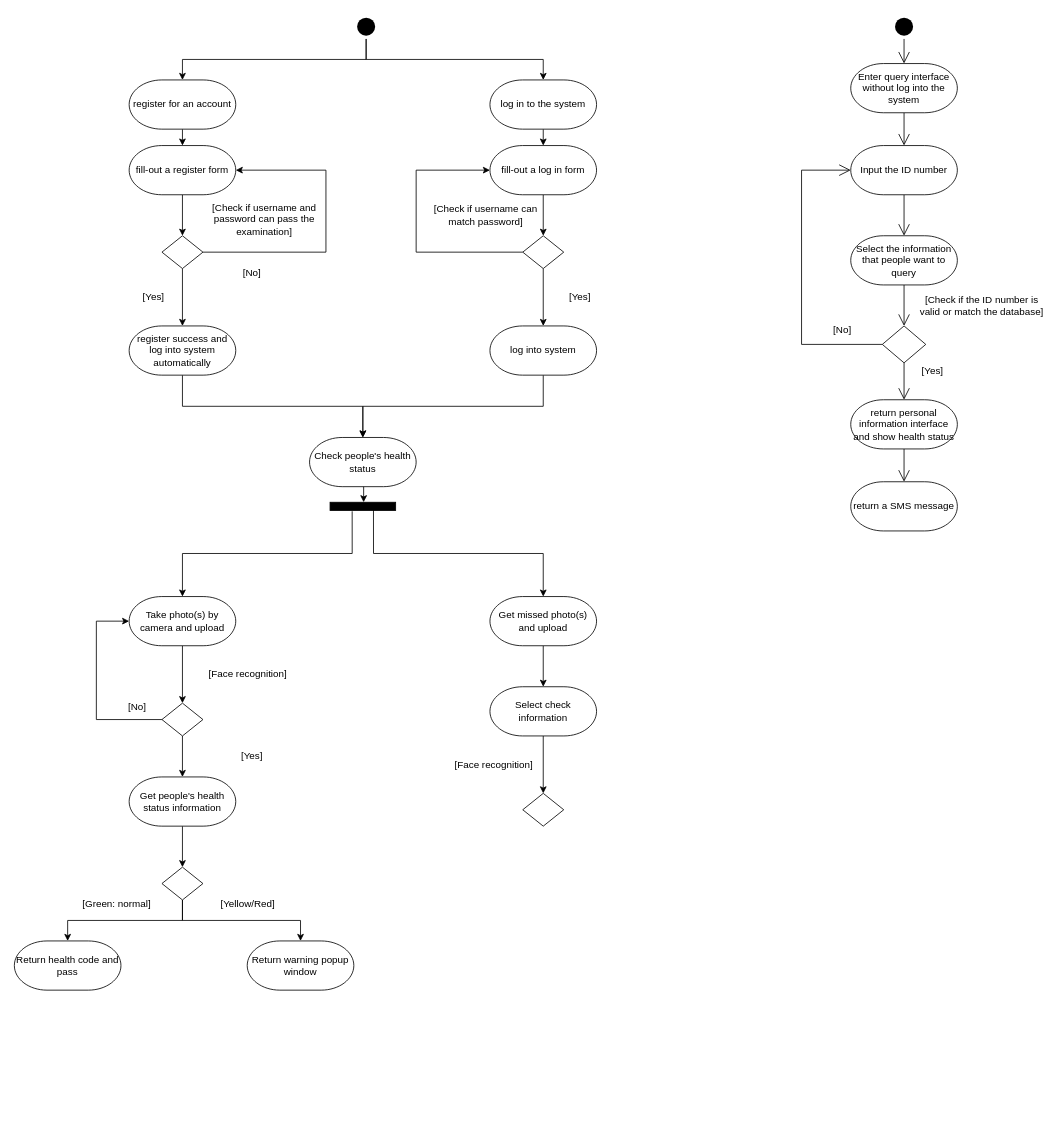
vivianyiye/vivianyiye keeps this draw.io diagram as page "activity diagram" (4 of 7) of object diagram.drawio. Above is the earlier version. Source tidied: cells renumbered, new cells numbered last; positions are measured from the earlier drawing's top-left corner, leaving out a move shared by most shapes. Both pictures are drawn from the tidied source at 82%, with x=0, y=0 at pixel (14, 14).
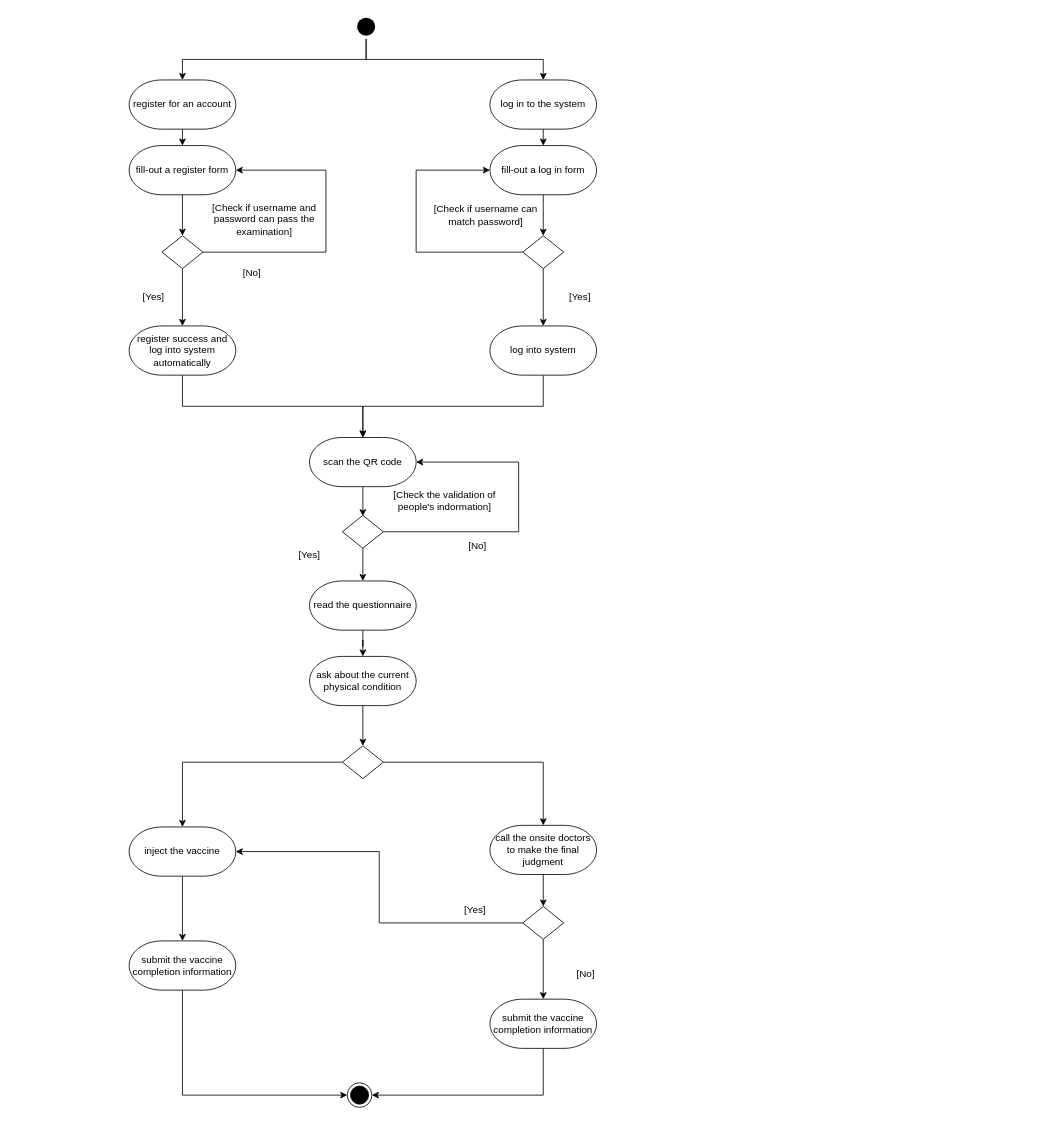
Above is the later version.

Diff of the diagram source:
```diff
@@
-    <mxCell id="5" style="edgeStyle=orthogonalEdgeStyle;rounded=0;jettySize=auto;html=1;exitX=0.5;exitY=1;exitDx=0;exitDy=0;exitPerimeter=0;entryX=0.5;entryY=0;entryDx=0;entryDy=0;entryPerimeter=0;endArrow=open;endFill=0;endSize=12;" parent="1" edge="1" source="6" target="73">
-      <mxGeometry relative="1" as="geometry" />
-    </mxCell>
-    <mxCell id="6" value="Input the ID number" style="strokeWidth=1;html=1;shape=mxgraph.flowchart.terminator;whiteSpace=wrap;rounded=1;shadow=0;glass=0;sketch=0;fillColor=default;gradientColor=none;gradientDirection=radial;align=center;" parent="1" vertex="1">
-      <mxGeometry x="1020" y="160" width="130" height="60" as="geometry" />
-    </mxCell>
-    <mxCell id="7" style="edgeStyle=orthogonalEdgeStyle;rounded=0;jettySize=auto;html=1;exitX=0;exitY=0.5;exitDx=0;exitDy=0;exitPerimeter=0;entryX=0;entryY=0.5;entryDx=0;entryDy=0;entryPerimeter=0;endSize=12;endArrow=open;endFill=0;" parent="1" edge="1" source="9" target="6">
-      <mxGeometry relative="1" as="geometry">
-        <Array as="points">
-          <mxPoint x="960" y="403" />
-          <mxPoint x="960" y="190" />
-        </Array>
-      </mxGeometry>
-    </mxCell>
-    <mxCell id="8" style="edgeStyle=orthogonalEdgeStyle;rounded=0;jettySize=auto;html=1;exitX=0.5;exitY=1;exitDx=0;exitDy=0;exitPerimeter=0;entryX=0.5;entryY=0;entryDx=0;entryDy=0;entryPerimeter=0;endArrow=open;endFill=0;endSize=12;" parent="1" edge="1" source="9" target="71">
-      <mxGeometry relative="1" as="geometry" />
-    </mxCell>
-    <mxCell id="9" style="strokeWidth=1;html=1;shape=mxgraph.flowchart.decision;whiteSpace=wrap;rounded=1;shadow=0;glass=0;sketch=0;fillColor=default;gradientColor=none;gradientDirection=radial;align=left;" parent="1" vertex="1">
-      <mxGeometry x="1058.5" y="380" width="53" height="45" as="geometry" />
-    </mxCell>
-    <mxCell id="10" value="[Check if the ID number is valid or match the database]" style="text;html=1;strokeColor=none;fillColor=none;align=center;verticalAlign=middle;whiteSpace=wrap;rounded=0;shadow=0;glass=0;sketch=0;" parent="1" vertex="1">
-      <mxGeometry x="1100" y="340" width="160" height="30" as="geometry" />
-    </mxCell>
-    <mxCell id="11" value="return a SMS message" style="strokeWidth=1;html=1;shape=mxgraph.flowchart.terminator;whiteSpace=wrap;rounded=1;shadow=0;glass=0;sketch=0;fillColor=default;gradientColor=none;gradientDirection=radial;align=center;" parent="1" vertex="1">
-      <mxGeometry x="1020" y="570" width="130" height="60" as="geometry" />
-    </mxCell>
-    <mxCell id="12" value="[Yes]" style="text;html=1;strokeColor=none;fillColor=none;align=center;verticalAlign=middle;whiteSpace=wrap;rounded=0;shadow=0;glass=0;sketch=0;" parent="1" vertex="1">
-      <mxGeometry x="1090" y="420" width="60" height="30" as="geometry" />
-    </mxCell>
@@
-    <mxCell id="28" style="edgeStyle=orthogonalEdgeStyle;rounded=0;jettySize=auto;html=1;entryX=0.5;entryY=0;entryDx=0;entryDy=0;entryPerimeter=0;exitX=1.1;exitY=0.663;exitDx=0;exitDy=0;exitPerimeter=0;" parent="1" edge="1" source="46" target="43">
+    <mxCell id="28" style="edgeStyle=orthogonalEdgeStyle;rounded=0;jettySize=auto;html=1;entryX=0.5;entryY=0;entryDx=0;entryDy=0;entryPerimeter=0;exitX=0;exitY=0.5;exitDx=0;exitDy=0;" parent="1" edge="1" source="87" target="43">
       <mxGeometry relative="1" as="geometry" />
     </mxCell>
-    <mxCell id="29" style="edgeStyle=orthogonalEdgeStyle;rounded=0;jettySize=auto;html=1;entryX=0.5;entryY=0;entryDx=0;entryDy=0;entryPerimeter=0;exitX=0.9;exitY=0.338;exitDx=0;exitDy=0;exitPerimeter=0;" parent="1" edge="1" source="46" target="53">
+    <mxCell id="29" style="edgeStyle=orthogonalEdgeStyle;rounded=0;jettySize=auto;html=1;entryX=0.5;entryY=0;entryDx=0;entryDy=0;entryPerimeter=0;exitX=1;exitY=0.5;exitDx=0;exitDy=0;" parent="1" edge="1" source="87" target="53">
       <mxGeometry relative="1" as="geometry" />
     </mxCell>
-    <mxCell id="30" style="edgeStyle=orthogonalEdgeStyle;rounded=0;jettySize=auto;html=1;exitX=0.5;exitY=1;exitDx=0;exitDy=0;exitPerimeter=0;entryX=0;entryY=0.488;entryDx=0;entryDy=0;entryPerimeter=0;" parent="1" edge="1" source="31" target="46">
-      <mxGeometry relative="1" as="geometry" />
-    </mxCell>
+    <mxCell id="74" style="edgeStyle=orthogonalEdgeStyle;rounded=0;jettySize=auto;html=1;exitX=0.5;exitY=1;exitDx=0;exitDy=0;exitPerimeter=0;" parent="1" edge="1" source="31">
+      <mxGeometry relative="1" as="geometry">
+        <mxPoint x="425" y="612" as="targetPoint" />
+        <Array as="points">
+          <mxPoint x="425" y="612" />
+          <mxPoint x="425" y="612" />
+        </Array>
+      </mxGeometry>
+    </mxCell>
-    <mxCell id="31" value="Check people's health status" style="strokeWidth=1;html=1;shape=mxgraph.flowchart.terminator;whiteSpace=wrap;rounded=1;shadow=0;glass=0;sketch=0;fillColor=default;gradientColor=none;gradientDirection=radial;align=center;" parent="1" vertex="1">
+    <mxCell id="31" value="scan the QR code" style="strokeWidth=1;html=1;shape=mxgraph.flowchart.terminator;whiteSpace=wrap;rounded=1;shadow=0;glass=0;sketch=0;fillColor=default;gradientColor=none;gradientDirection=radial;align=center;" parent="1" vertex="1">
       <mxGeometry x="360" y="516" width="130" height="60" as="geometry" />
     </mxCell>
@@
-    <mxCell id="40" value="[No]" style="text;html=1;strokeColor=none;fillColor=none;align=center;verticalAlign=middle;whiteSpace=wrap;rounded=0;" parent="1" vertex="1">
-      <mxGeometry x="980" y="370" width="60" height="30" as="geometry" />
-    </mxCell>
@@
-    <mxCell id="42" style="edgeStyle=orthogonalEdgeStyle;rounded=0;jettySize=auto;html=1;exitX=0.5;exitY=1;exitDx=0;exitDy=0;exitPerimeter=0;entryX=0.5;entryY=0;entryDx=0;entryDy=0;" parent="1" edge="1" source="43" target="49">
+    <mxCell id="42" style="edgeStyle=orthogonalEdgeStyle;rounded=0;jettySize=auto;html=1;exitX=0.5;exitY=1;exitDx=0;exitDy=0;exitPerimeter=0;entryX=0.5;entryY=0;entryDx=0;entryDy=0;entryPerimeter=0;" parent="1" edge="1" source="43" target="58">
       <mxGeometry relative="1" as="geometry" />
     </mxCell>
-    <mxCell id="43" value="Take photo(s) by camera and upload" style="strokeWidth=1;html=1;shape=mxgraph.flowchart.terminator;whiteSpace=wrap;rounded=1;shadow=0;glass=0;sketch=0;fillColor=default;gradientColor=none;gradientDirection=radial;align=center;" parent="1" vertex="1">
-      <mxGeometry x="140" y="710" width="130" height="60" as="geometry" />
+    <mxCell id="43" value="inject the vaccine" style="strokeWidth=1;html=1;shape=mxgraph.flowchart.terminator;whiteSpace=wrap;rounded=1;shadow=0;glass=0;sketch=0;fillColor=default;gradientColor=none;gradientDirection=radial;align=center;" parent="1" vertex="1">
+      <mxGeometry x="140" y="991" width="130" height="60" as="geometry" />
     </mxCell>
-    <mxCell id="44" style="edgeStyle=orthogonalEdgeStyle;rounded=0;jettySize=auto;html=1;exitX=0.5;exitY=1;exitDx=0;exitDy=0;exitPerimeter=0;entryX=0.5;entryY=0;entryDx=0;entryDy=0;" parent="1" edge="1" source="45" target="51">
-      <mxGeometry relative="1" as="geometry" />
-    </mxCell>
+    <mxCell id="75" style="edgeStyle=orthogonalEdgeStyle;rounded=0;jettySize=auto;html=1;exitX=0.5;exitY=1;exitDx=0;exitDy=0;exitPerimeter=0;entryX=1;entryY=0.5;entryDx=0;entryDy=0;" parent="1" edge="1" source="45" target="93">
+      <mxGeometry relative="1" as="geometry" />
+    </mxCell>
-    <mxCell id="45" value="Select check information" style="strokeWidth=1;html=1;shape=mxgraph.flowchart.terminator;whiteSpace=wrap;rounded=1;shadow=0;glass=0;sketch=0;fillColor=default;gradientColor=none;gradientDirection=radial;align=center;" parent="1" vertex="1">
-      <mxGeometry x="580" y="820" width="130" height="60" as="geometry" />
+    <mxCell id="45" value="submit the vaccine completion information" style="strokeWidth=1;html=1;shape=mxgraph.flowchart.terminator;whiteSpace=wrap;rounded=1;shadow=0;glass=0;sketch=0;fillColor=default;gradientColor=none;gradientDirection=radial;align=center;" parent="1" vertex="1">
+      <mxGeometry x="580" y="1201" width="130" height="60" as="geometry" />
     </mxCell>
-    <mxCell id="46" style="html=1;points=[];perimeter=orthogonalPerimeter;rotation=90;fillColor=#000000;" parent="1" vertex="1">
-      <mxGeometry x="420" y="560" width="10" height="80" as="geometry" />
-    </mxCell>
-    <mxCell id="47" style="edgeStyle=orthogonalEdgeStyle;rounded=0;jettySize=auto;html=1;exitX=0;exitY=0.5;exitDx=0;exitDy=0;entryX=0;entryY=0.5;entryDx=0;entryDy=0;entryPerimeter=0;" parent="1" edge="1" source="49" target="43">
-      <mxGeometry relative="1" as="geometry">
-        <Array as="points">
-          <mxPoint x="100" y="860" />
-          <mxPoint x="100" y="740" />
-        </Array>
-      </mxGeometry>
-    </mxCell>
-    <mxCell id="48" style="edgeStyle=orthogonalEdgeStyle;rounded=0;jettySize=auto;html=1;exitX=0.5;exitY=1;exitDx=0;exitDy=0;entryX=0.5;entryY=0;entryDx=0;entryDy=0;entryPerimeter=0;" parent="1" edge="1" source="49" target="58">
-      <mxGeometry relative="1" as="geometry" />
-    </mxCell>
-    <mxCell id="49" style="rhombus;whiteSpace=wrap;html=1;" parent="1" vertex="1">
-      <mxGeometry x="180" y="840" width="50" height="40" as="geometry" />
-    </mxCell>
-    <mxCell id="50" value="[Face recognition]" style="text;html=1;strokeColor=none;fillColor=none;align=center;verticalAlign=middle;whiteSpace=wrap;rounded=0;" parent="1" vertex="1">
-      <mxGeometry x="210" y="790" width="150" height="30" as="geometry" />
-    </mxCell>
-    <mxCell id="51" style="rhombus;whiteSpace=wrap;html=1;" parent="1" vertex="1">
-      <mxGeometry x="620" y="950" width="50" height="40" as="geometry" />
-    </mxCell>
-    <mxCell id="52" style="edgeStyle=orthogonalEdgeStyle;rounded=0;jettySize=auto;html=1;exitX=0.5;exitY=1;exitDx=0;exitDy=0;exitPerimeter=0;entryX=0.5;entryY=0;entryDx=0;entryDy=0;entryPerimeter=0;" parent="1" edge="1" source="53" target="45">
-      <mxGeometry relative="1" as="geometry" />
-    </mxCell>
+    <mxCell id="76" style="edgeStyle=orthogonalEdgeStyle;rounded=0;jettySize=auto;html=1;exitX=0.5;exitY=1;exitDx=0;exitDy=0;exitPerimeter=0;entryX=0.5;entryY=0;entryDx=0;entryDy=0;" parent="1" edge="1" source="53" target="90">
+      <mxGeometry relative="1" as="geometry" />
+    </mxCell>
-    <mxCell id="53" value="Get missed photo(s) and upload" style="strokeWidth=1;html=1;shape=mxgraph.flowchart.terminator;whiteSpace=wrap;rounded=1;shadow=0;glass=0;sketch=0;fillColor=default;gradientColor=none;gradientDirection=radial;align=center;" parent="1" vertex="1">
-      <mxGeometry x="580" y="710" width="130" height="60" as="geometry" />
+    <mxCell id="53" value="call the onsite doctors to make the final judgment" style="strokeWidth=1;html=1;shape=mxgraph.flowchart.terminator;whiteSpace=wrap;rounded=1;shadow=0;glass=0;sketch=0;fillColor=default;gradientColor=none;gradientDirection=radial;align=center;" parent="1" vertex="1">
+      <mxGeometry x="580" y="989" width="130" height="60" as="geometry" />
     </mxCell>
-    <mxCell id="54" value="[No]" style="text;html=1;strokeColor=none;fillColor=none;align=center;verticalAlign=middle;whiteSpace=wrap;rounded=0;" parent="1" vertex="1">
-      <mxGeometry x="120" y="830" width="60" height="30" as="geometry" />
-    </mxCell>
-    <mxCell id="55" value="[Yes]" style="text;html=1;strokeColor=none;fillColor=none;align=center;verticalAlign=middle;whiteSpace=wrap;rounded=0;" parent="1" vertex="1">
-      <mxGeometry x="260" y="890" width="60" height="30" as="geometry" />
-    </mxCell>
-    <mxCell id="56" value="[Face recognition]" style="text;html=1;strokeColor=none;fillColor=none;align=center;verticalAlign=middle;whiteSpace=wrap;rounded=0;" parent="1" vertex="1">
-      <mxGeometry x="510" y="900" width="150" height="30" as="geometry" />
-    </mxCell>
-    <mxCell id="57" style="edgeStyle=orthogonalEdgeStyle;rounded=0;jettySize=auto;html=1;exitX=0.5;exitY=1;exitDx=0;exitDy=0;exitPerimeter=0;entryX=0.5;entryY=0;entryDx=0;entryDy=0;" parent="1" edge="1" source="58" target="61">
+    <mxCell id="57" style="edgeStyle=orthogonalEdgeStyle;rounded=0;jettySize=auto;html=1;exitX=0.5;exitY=1;exitDx=0;exitDy=0;exitPerimeter=0;entryX=0;entryY=0.5;entryDx=0;entryDy=0;" parent="1" edge="1" source="58" target="93">
       <mxGeometry relative="1" as="geometry" />
     </mxCell>
-    <mxCell id="58" value="Get people's health status information" style="strokeWidth=1;html=1;shape=mxgraph.flowchart.terminator;whiteSpace=wrap;rounded=1;shadow=0;glass=0;sketch=0;fillColor=default;gradientColor=none;gradientDirection=radial;align=center;" parent="1" vertex="1">
-      <mxGeometry x="140" y="930" width="130" height="60" as="geometry" />
+    <mxCell id="58" value="submit the vaccine completion information" style="strokeWidth=1;html=1;shape=mxgraph.flowchart.terminator;whiteSpace=wrap;rounded=1;shadow=0;glass=0;sketch=0;fillColor=default;gradientColor=none;gradientDirection=radial;align=center;" parent="1" vertex="1">
+      <mxGeometry x="140" y="1130" width="130" height="60" as="geometry" />
     </mxCell>
-    <mxCell id="59" style="edgeStyle=orthogonalEdgeStyle;rounded=0;jettySize=auto;html=1;exitX=0.5;exitY=1;exitDx=0;exitDy=0;entryX=0.5;entryY=0;entryDx=0;entryDy=0;entryPerimeter=0;" parent="1" edge="1" source="61" target="62">
-      <mxGeometry relative="1" as="geometry" />
-    </mxCell>
-    <mxCell id="60" style="edgeStyle=orthogonalEdgeStyle;rounded=0;jettySize=auto;html=1;exitX=0.5;exitY=1;exitDx=0;exitDy=0;entryX=0.5;entryY=0;entryDx=0;entryDy=0;entryPerimeter=0;" parent="1" edge="1" source="61" target="63">
-      <mxGeometry relative="1" as="geometry" />
-    </mxCell>
-    <mxCell id="61" style="rhombus;whiteSpace=wrap;html=1;" parent="1" vertex="1">
-      <mxGeometry x="180" y="1040" width="50" height="40" as="geometry" />
-    </mxCell>
-    <mxCell id="62" value="Return health code and pass" style="strokeWidth=1;html=1;shape=mxgraph.flowchart.terminator;whiteSpace=wrap;rounded=1;shadow=0;glass=0;sketch=0;fillColor=default;gradientColor=none;gradientDirection=radial;align=center;" parent="1" vertex="1">
-      <mxGeometry y="1130" width="130" height="60" as="geometry" />
-    </mxCell>
-    <mxCell id="63" value="Return warning&amp;nbsp;popup window" style="strokeWidth=1;html=1;shape=mxgraph.flowchart.terminator;whiteSpace=wrap;rounded=1;shadow=0;glass=0;sketch=0;fillColor=default;gradientColor=none;gradientDirection=radial;align=center;" parent="1" vertex="1">
-      <mxGeometry x="284" y="1130" width="130" height="60" as="geometry" />
-    </mxCell>
-    <mxCell id="64" value="[Green: normal]" style="text;html=1;strokeColor=none;fillColor=none;align=center;verticalAlign=middle;whiteSpace=wrap;rounded=0;" parent="1" vertex="1">
-      <mxGeometry x="80" y="1070" width="90" height="30" as="geometry" />
-    </mxCell>
-    <mxCell id="65" value="[Yellow/Red]" style="text;html=1;strokeColor=none;fillColor=none;align=center;verticalAlign=middle;whiteSpace=wrap;rounded=0;" parent="1" vertex="1">
-      <mxGeometry x="240" y="1070" width="90" height="30" as="geometry" />
-    </mxCell>
-    <mxCell id="66" style="edgeStyle=orthogonalEdgeStyle;rounded=0;jettySize=auto;html=1;exitX=0.5;exitY=1;exitDx=0;exitDy=0;entryX=0.5;entryY=0;entryDx=0;entryDy=0;entryPerimeter=0;endArrow=open;endFill=0;endSize=12;" parent="1" edge="1" source="67" target="69">
-      <mxGeometry relative="1" as="geometry" />
-    </mxCell>
-    <mxCell id="67" style="ellipse;html=1;shape=endState;fillColor=#000000;strokeColor=none;align=left;" parent="1" vertex="1">
-      <mxGeometry x="1070" width="30" height="30" as="geometry" />
-    </mxCell>
-    <mxCell id="68" style="edgeStyle=orthogonalEdgeStyle;rounded=0;jettySize=auto;html=1;exitX=0.5;exitY=1;exitDx=0;exitDy=0;exitPerimeter=0;entryX=0.5;entryY=0;entryDx=0;entryDy=0;entryPerimeter=0;endArrow=open;endFill=0;endSize=12;" parent="1" edge="1" source="69" target="6">
-      <mxGeometry relative="1" as="geometry" />
-    </mxCell>
-    <mxCell id="69" value="Enter query interface without log into the system" style="strokeWidth=1;html=1;shape=mxgraph.flowchart.terminator;whiteSpace=wrap;rounded=1;shadow=0;glass=0;sketch=0;fillColor=default;gradientColor=none;gradientDirection=radial;align=center;" parent="1" vertex="1">
-      <mxGeometry x="1020" y="60" width="130" height="60" as="geometry" />
-    </mxCell>
-    <mxCell id="70" style="edgeStyle=orthogonalEdgeStyle;rounded=0;jettySize=auto;html=1;exitX=0.5;exitY=1;exitDx=0;exitDy=0;exitPerimeter=0;entryX=0.5;entryY=0;entryDx=0;entryDy=0;entryPerimeter=0;endArrow=open;endFill=0;endSize=12;" parent="1" edge="1" source="71" target="11">
-      <mxGeometry relative="1" as="geometry" />
-    </mxCell>
-    <mxCell id="71" value="return personal information interface and show health status" style="strokeWidth=1;html=1;shape=mxgraph.flowchart.terminator;whiteSpace=wrap;rounded=1;shadow=0;glass=0;sketch=0;fillColor=default;gradientColor=none;gradientDirection=radial;align=center;" parent="1" vertex="1">
-      <mxGeometry x="1020" y="470" width="130" height="60" as="geometry" />
-    </mxCell>
-    <mxCell id="72" style="edgeStyle=orthogonalEdgeStyle;rounded=0;jettySize=auto;html=1;exitX=0.5;exitY=1;exitDx=0;exitDy=0;exitPerimeter=0;entryX=0.5;entryY=0;entryDx=0;entryDy=0;entryPerimeter=0;endArrow=open;endFill=0;endSize=12;" parent="1" edge="1" source="73" target="9">
-      <mxGeometry relative="1" as="geometry" />
-    </mxCell>
-    <mxCell id="73" value="Select the information that people want to query" style="strokeWidth=1;html=1;shape=mxgraph.flowchart.terminator;whiteSpace=wrap;rounded=1;shadow=0;glass=0;sketch=0;fillColor=default;gradientColor=none;gradientDirection=radial;align=center;" parent="1" vertex="1">
-      <mxGeometry x="1020" y="270" width="130" height="60" as="geometry" />
-    </mxCell>
+    <mxCell id="77" style="edgeStyle=orthogonalEdgeStyle;rounded=0;jettySize=auto;html=1;exitX=1;exitY=0.5;exitDx=0;exitDy=0;entryX=1;entryY=0.5;entryDx=0;entryDy=0;entryPerimeter=0;" parent="1" edge="1" source="79" target="31">
+      <mxGeometry relative="1" as="geometry">
+        <Array as="points">
+          <mxPoint x="615" y="631" />
+          <mxPoint x="615" y="546" />
+        </Array>
+      </mxGeometry>
+    </mxCell>
+    <mxCell id="78" style="edgeStyle=orthogonalEdgeStyle;rounded=0;jettySize=auto;html=1;exitX=0.5;exitY=1;exitDx=0;exitDy=0;entryX=0.5;entryY=0;entryDx=0;entryDy=0;entryPerimeter=0;" parent="1" edge="1" source="79" target="84">
+      <mxGeometry relative="1" as="geometry" />
+    </mxCell>
+    <mxCell id="79" style="rhombus;whiteSpace=wrap;html=1;" parent="1" vertex="1">
+      <mxGeometry x="400" y="611" width="50" height="40" as="geometry" />
+    </mxCell>
+    <mxCell id="80" value="[Check the validation of people's indormation]" style="text;html=1;strokeColor=none;fillColor=none;align=center;verticalAlign=middle;whiteSpace=wrap;rounded=0;" parent="1" vertex="1">
+      <mxGeometry x="450" y="578" width="150" height="30" as="geometry" />
+    </mxCell>
+    <mxCell id="81" value="[Yes]" style="text;html=1;strokeColor=none;fillColor=none;align=center;verticalAlign=middle;whiteSpace=wrap;rounded=0;" parent="1" vertex="1">
+      <mxGeometry x="330" y="645" width="60" height="30" as="geometry" />
+    </mxCell>
+    <mxCell id="82" value="[No]" style="text;html=1;strokeColor=none;fillColor=none;align=center;verticalAlign=middle;whiteSpace=wrap;rounded=0;" parent="1" vertex="1">
+      <mxGeometry x="535" y="634" width="60" height="30" as="geometry" />
+    </mxCell>
+    <mxCell id="83" style="edgeStyle=orthogonalEdgeStyle;rounded=0;jettySize=auto;html=1;exitX=0.5;exitY=1;exitDx=0;exitDy=0;exitPerimeter=0;" parent="1" edge="1" source="84" target="86">
+      <mxGeometry relative="1" as="geometry" />
+    </mxCell>
+    <mxCell id="84" value="read the questionnaire" style="strokeWidth=1;html=1;shape=mxgraph.flowchart.terminator;whiteSpace=wrap;rounded=1;shadow=0;glass=0;sketch=0;fillColor=default;gradientColor=none;gradientDirection=radial;align=center;" parent="1" vertex="1">
+      <mxGeometry x="360" y="691" width="130" height="60" as="geometry" />
+    </mxCell>
+    <mxCell id="85" style="edgeStyle=orthogonalEdgeStyle;rounded=0;jettySize=auto;html=1;exitX=0.5;exitY=1;exitDx=0;exitDy=0;exitPerimeter=0;entryX=0.5;entryY=0;entryDx=0;entryDy=0;" parent="1" edge="1" source="86" target="87">
+      <mxGeometry relative="1" as="geometry" />
+    </mxCell>
+    <mxCell id="86" value="ask about the current physical condition" style="strokeWidth=1;html=1;shape=mxgraph.flowchart.terminator;whiteSpace=wrap;rounded=1;shadow=0;glass=0;sketch=0;fillColor=default;gradientColor=none;gradientDirection=radial;align=center;" parent="1" vertex="1">
+      <mxGeometry x="360" y="783" width="130" height="60" as="geometry" />
+    </mxCell>
+    <mxCell id="87" style="rhombus;whiteSpace=wrap;html=1;" parent="1" vertex="1">
+      <mxGeometry x="400" y="892" width="50" height="40" as="geometry" />
+    </mxCell>
+    <mxCell id="88" style="edgeStyle=orthogonalEdgeStyle;rounded=0;jettySize=auto;html=1;exitX=0;exitY=0.5;exitDx=0;exitDy=0;entryX=1;entryY=0.5;entryDx=0;entryDy=0;entryPerimeter=0;" parent="1" edge="1" source="90" target="43">
+      <mxGeometry relative="1" as="geometry" />
+    </mxCell>
+    <mxCell id="89" style="edgeStyle=orthogonalEdgeStyle;rounded=0;jettySize=auto;html=1;exitX=0.5;exitY=1;exitDx=0;exitDy=0;entryX=0.5;entryY=0;entryDx=0;entryDy=0;entryPerimeter=0;" parent="1" edge="1" source="90" target="45">
+      <mxGeometry relative="1" as="geometry" />
+    </mxCell>
+    <mxCell id="90" style="rhombus;whiteSpace=wrap;html=1;" parent="1" vertex="1">
+      <mxGeometry x="620" y="1088" width="50" height="40" as="geometry" />
+    </mxCell>
+    <mxCell id="91" value="[No]" style="text;html=1;strokeColor=none;fillColor=none;align=center;verticalAlign=middle;whiteSpace=wrap;rounded=0;" parent="1" vertex="1">
+      <mxGeometry x="667" y="1155" width="60" height="30" as="geometry" />
+    </mxCell>
+    <mxCell id="92" value="[Yes]" style="text;html=1;strokeColor=none;fillColor=none;align=center;verticalAlign=middle;whiteSpace=wrap;rounded=0;" parent="1" vertex="1">
+      <mxGeometry x="532" y="1078" width="60" height="30" as="geometry" />
+    </mxCell>
+    <mxCell id="93" style="ellipse;html=1;shape=endState;fillColor=#000000;strokeColor=default;align=left;" parent="1" vertex="1">
+      <mxGeometry x="406" y="1303" width="30" height="30" as="geometry" />
+    </mxCell>
```
